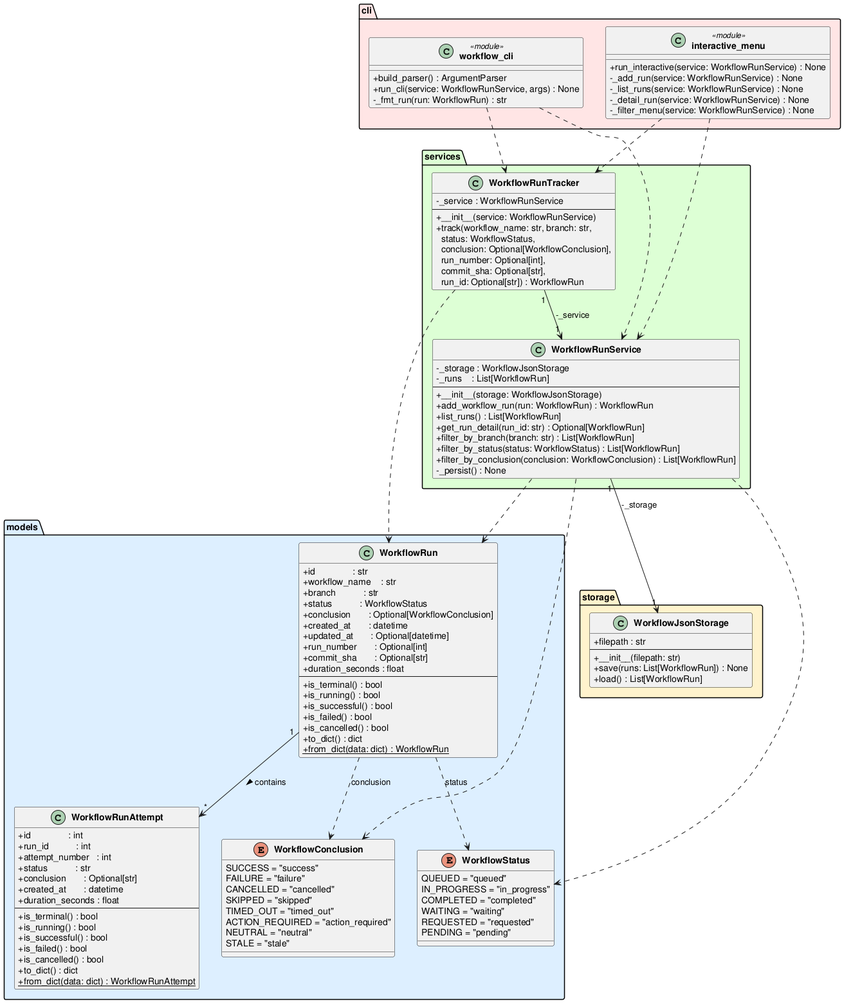
DanielRiha8906/Software_autoevolution_using_agents keeps this PlantUML diagram as experiments/broadcast/structured_text/github-workflow-manager/artifacts/class_diagram.png. Above is the earlier version.
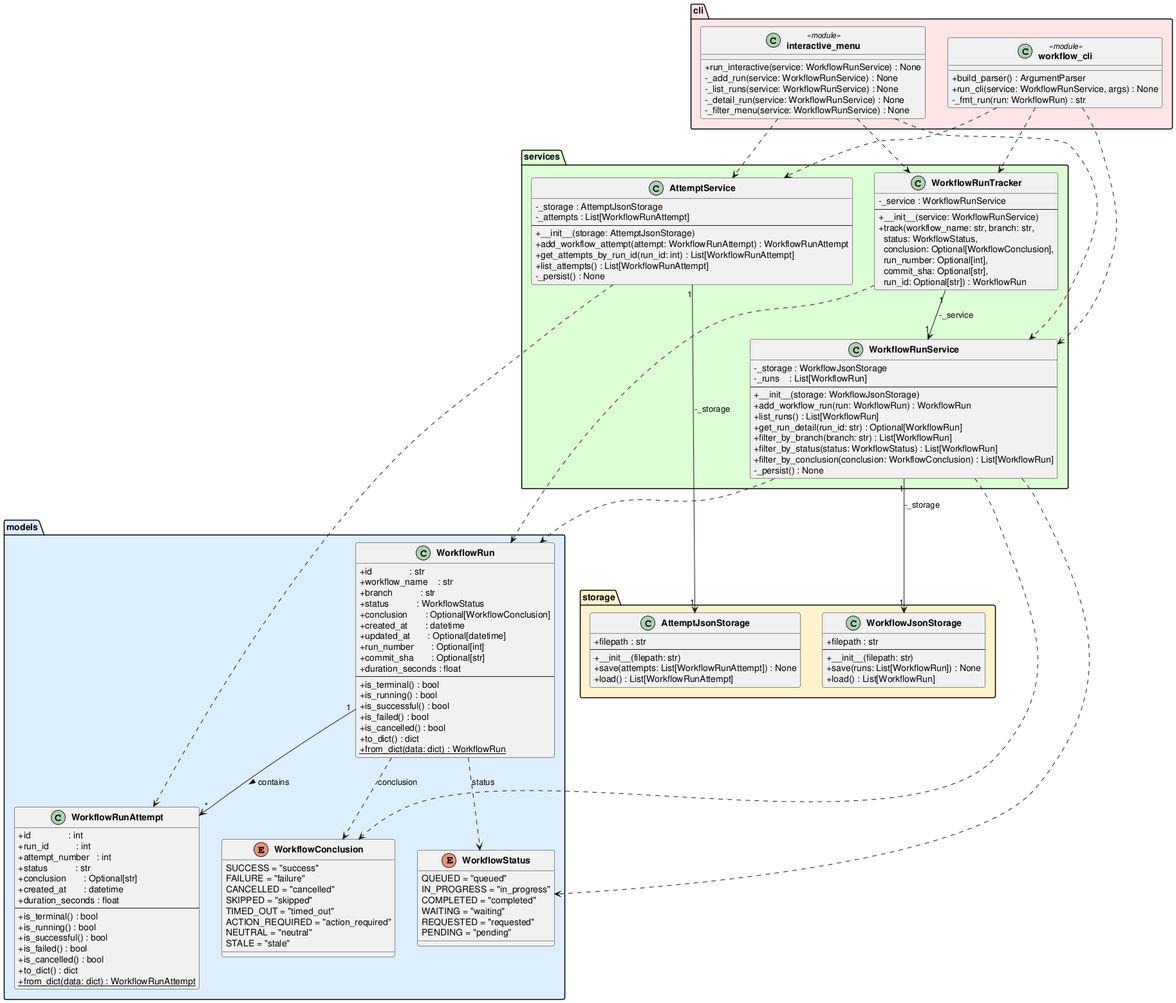
The same file after the commit.

The edit, as a diff of the source:
```diff
@@ -72,6 +72,14 @@
         +save(runs: List[WorkflowRun]) : None
         +load() : List[WorkflowRun]
     }
+
+    class AttemptJsonStorage {
+        +filepath : str
+        --
+        +__init__(filepath: str)
+        +save(attempts: List[WorkflowRunAttempt]) : None
+        +load() : List[WorkflowRunAttempt]
+    }
 }
 
 package "services" #DDFFD4 {
@@ -94,6 +102,17 @@
         --
         +__init__(service: WorkflowRunService)
         +track(workflow_name: str, branch: str,\n  status: WorkflowStatus,\n  conclusion: Optional[WorkflowConclusion],\n  run_number: Optional[int],\n  commit_sha: Optional[str],\n  run_id: Optional[str]) : WorkflowRun
+    }
+
+    class AttemptService {
+        -_storage : AttemptJsonStorage
+        -_attempts : List[WorkflowRunAttempt]
+        --
+        +__init__(storage: AttemptJsonStorage)
+        +add_workflow_attempt(attempt: WorkflowRunAttempt) : WorkflowRunAttempt
+        +get_attempts_by_run_id(run_id: int) : List[WorkflowRunAttempt]
+        +list_attempts() : List[WorkflowRunAttempt]
+        -_persist() : None
     }
 }
 
@@ -122,9 +141,13 @@
 WorkflowRunService         ..>  WorkflowConclusion
 WorkflowRunTracker    "1" --> "1" WorkflowRunService  : -_service
 WorkflowRunTracker         ..>  WorkflowRun
+AttemptService       "1" --> "1" AttemptJsonStorage   : -_storage
+AttemptService             ..>  WorkflowRunAttempt
 "workflow_cli"             ..>  WorkflowRunService
 "workflow_cli"             ..>  WorkflowRunTracker
+"workflow_cli"             ..>  AttemptService
 "interactive_menu"         ..>  WorkflowRunService
 "interactive_menu"         ..>  WorkflowRunTracker
+"interactive_menu"         ..>  AttemptService
 
 @enduml
```
